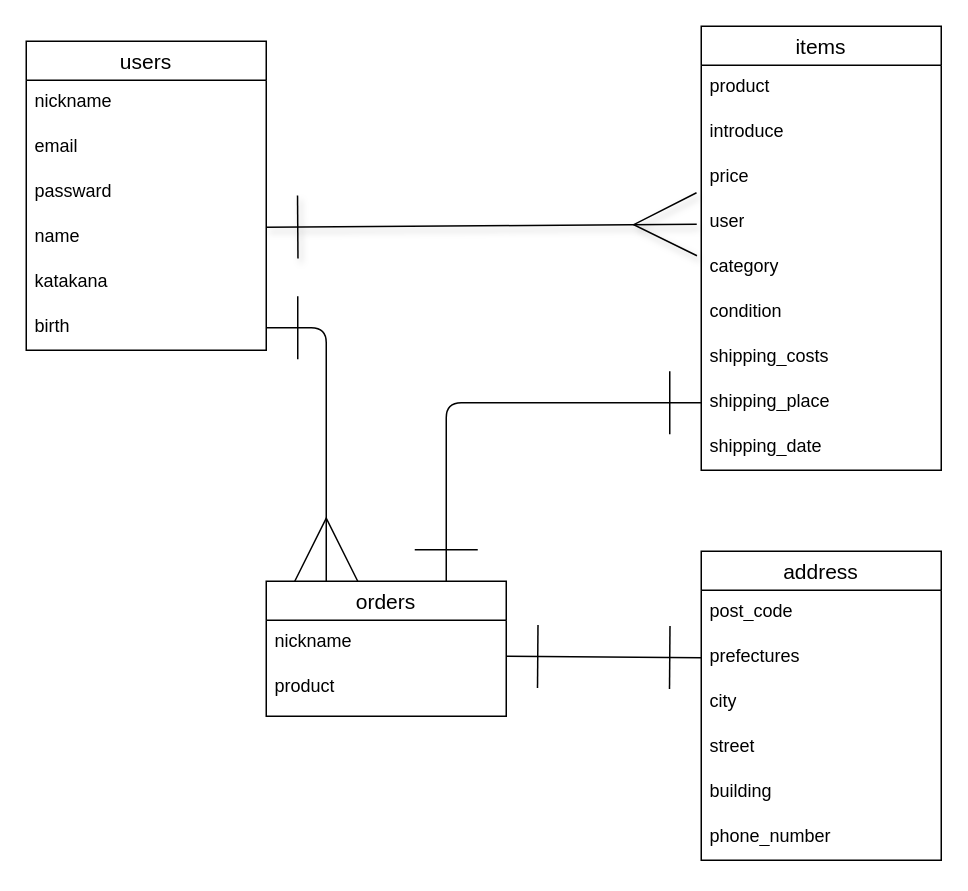
Above: er.dio in ichijikumanjyu-art/furima-46535 (draw.io), before the change. Source tidied: cells renumbered, new cells numbered last; positions are measured from the earlier drawing's top-left corner, leaving out a move shared by most shapes. Both pictures are drawn from the tidied source at 150%, with x=0, y=0 at pixel (26, 26).
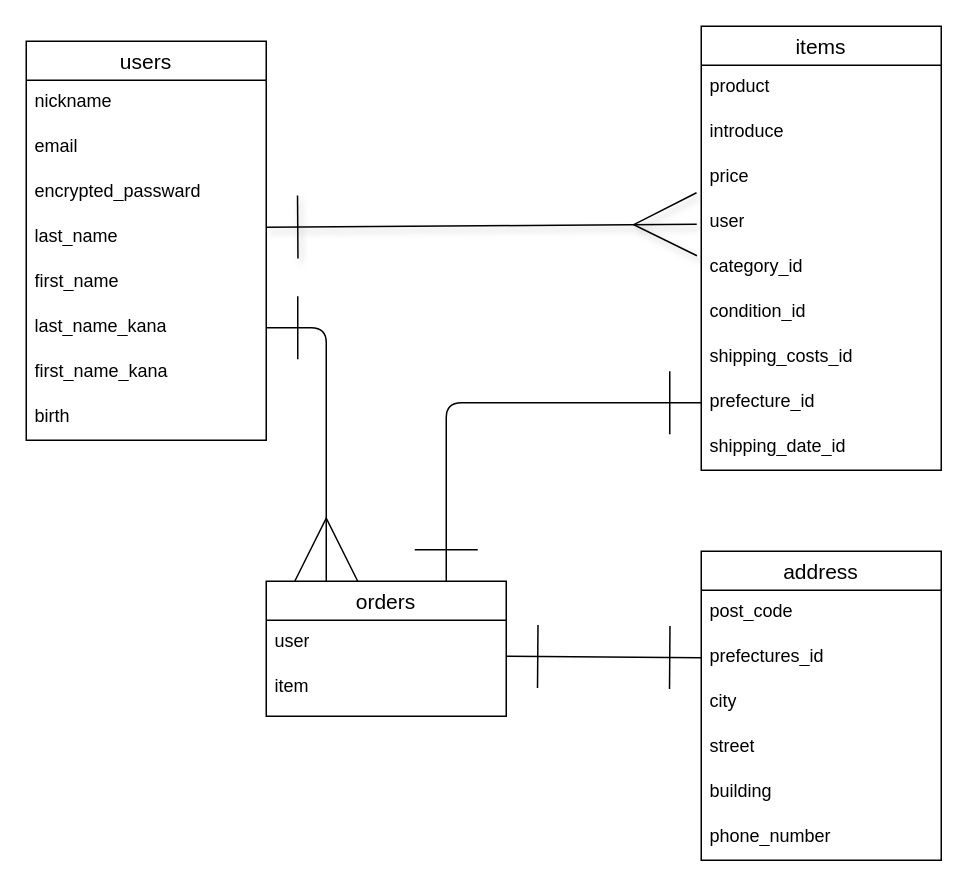
The same page after the edit.

Unchanged cells that the change refers to:
```xml
<mxCell id="9" value="items" style="swimlane;fontStyle=0;horizontal=1;startSize=26;align=center;fontSize=14;" parent="1" vertex="1">
  <mxGeometry x="450" width="160" height="296" as="geometry" />
</mxCell>
<mxCell id="20" value="orders" style="swimlane;fontStyle=0;horizontal=1;startSize=26;align=center;fontSize=14;" parent="1" vertex="1">
  <mxGeometry x="160" y="370" width="160" height="90" as="geometry" />
</mxCell>
<mxCell id="24" value="address" style="swimlane;fontStyle=0;horizontal=1;startSize=26;align=center;fontSize=14;" parent="1" vertex="1">
  <mxGeometry x="450" y="350" width="160" height="206" as="geometry" />
</mxCell>
```

The edit, as a diff of the source:
```diff
@@
     <mxCell id="2" value="users" style="swimlane;fontStyle=0;horizontal=1;startSize=26;align=center;fontSize=14;" parent="1" vertex="1">
-      <mxGeometry y="10" width="160" height="206" as="geometry" />
+      <mxGeometry y="10" width="160" height="266" as="geometry" />
     </mxCell>
@@
-    <mxCell id="5" value="passward" style="text;strokeColor=none;fillColor=none;spacingLeft=4;spacingRight=4;overflow=hidden;fontSize=12;whiteSpace=wrap;html=1;" parent="2" vertex="1">
+    <mxCell id="5" value="encrypted_passward" style="text;strokeColor=none;fillColor=none;spacingLeft=4;spacingRight=4;overflow=hidden;fontSize=12;whiteSpace=wrap;html=1;" parent="2" vertex="1">
       <mxGeometry y="86" width="160" height="30" as="geometry" />
     </mxCell>
+    <mxCell id="34" value="last_name" style="text;strokeColor=none;fillColor=none;spacingLeft=4;spacingRight=4;overflow=hidden;fontSize=12;whiteSpace=wrap;html=1;" parent="2" vertex="1">
+      <mxGeometry y="116" width="160" height="30" as="geometry" />
+    </mxCell>
+    <mxCell id="35" value="first_name" style="text;strokeColor=none;fillColor=none;spacingLeft=4;spacingRight=4;overflow=hidden;fontSize=12;whiteSpace=wrap;html=1;" parent="2" vertex="1">
+      <mxGeometry y="146" width="160" height="30" as="geometry" />
+    </mxCell>
-    <mxCell id="6" value="name" style="text;strokeColor=none;fillColor=none;spacingLeft=4;spacingRight=4;overflow=hidden;fontSize=12;whiteSpace=wrap;html=1;" parent="2" vertex="1">
-      <mxGeometry y="116" width="160" height="30" as="geometry" />
+    <mxCell id="6" value="last_name_kana" style="text;strokeColor=none;fillColor=none;spacingLeft=4;spacingRight=4;overflow=hidden;fontSize=12;whiteSpace=wrap;html=1;" parent="2" vertex="1">
+      <mxGeometry y="176" width="160" height="30" as="geometry" />
     </mxCell>
-    <mxCell id="7" value="katakana" style="text;strokeColor=none;fillColor=none;spacingLeft=4;spacingRight=4;overflow=hidden;fontSize=12;whiteSpace=wrap;html=1;" parent="2" vertex="1">
-      <mxGeometry y="146" width="160" height="30" as="geometry" />
+    <mxCell id="7" value="first_name_kana" style="text;strokeColor=none;fillColor=none;spacingLeft=4;spacingRight=4;overflow=hidden;fontSize=12;whiteSpace=wrap;html=1;" parent="2" vertex="1">
+      <mxGeometry y="206" width="160" height="30" as="geometry" />
     </mxCell>
     <mxCell id="8" value="birth" style="text;strokeColor=none;fillColor=none;spacingLeft=4;spacingRight=4;overflow=hidden;fontSize=12;whiteSpace=wrap;html=1;" parent="2" vertex="1">
-      <mxGeometry y="176" width="160" height="30" as="geometry" />
+      <mxGeometry y="236" width="160" height="30" as="geometry" />
     </mxCell>
@@
-    <mxCell id="14" value="category" style="text;strokeColor=none;fillColor=none;spacingLeft=4;spacingRight=4;overflow=hidden;fontSize=12;whiteSpace=wrap;html=1;" parent="9" vertex="1">
+    <mxCell id="14" value="category_id" style="text;strokeColor=none;fillColor=none;spacingLeft=4;spacingRight=4;overflow=hidden;fontSize=12;whiteSpace=wrap;html=1;" parent="9" vertex="1">
       <mxGeometry y="146" width="160" height="30" as="geometry" />
     </mxCell>
-    <mxCell id="15" value="condition" style="text;strokeColor=none;fillColor=none;spacingLeft=4;spacingRight=4;overflow=hidden;fontSize=12;whiteSpace=wrap;html=1;" parent="9" vertex="1">
+    <mxCell id="15" value="condition_id" style="text;strokeColor=none;fillColor=none;spacingLeft=4;spacingRight=4;overflow=hidden;fontSize=12;whiteSpace=wrap;html=1;" parent="9" vertex="1">
       <mxGeometry y="176" width="160" height="30" as="geometry" />
     </mxCell>
-    <mxCell id="16" value="shipping_costs" style="text;strokeColor=none;fillColor=none;spacingLeft=4;spacingRight=4;overflow=hidden;fontSize=12;whiteSpace=wrap;html=1;" parent="9" vertex="1">
+    <mxCell id="16" value="shipping_costs_id" style="text;strokeColor=none;fillColor=none;spacingLeft=4;spacingRight=4;overflow=hidden;fontSize=12;whiteSpace=wrap;html=1;" parent="9" vertex="1">
       <mxGeometry y="206" width="160" height="30" as="geometry" />
     </mxCell>
-    <mxCell id="17" value="shipping_place" style="text;strokeColor=none;fillColor=none;spacingLeft=4;spacingRight=4;overflow=hidden;points=[[0,0.5],[1,0.5]];portConstraint=eastwest;fontSize=12;whiteSpace=wrap;html=1;" parent="9" vertex="1">
+    <mxCell id="17" value="prefecture_id" style="text;strokeColor=none;fillColor=none;spacingLeft=4;spacingRight=4;overflow=hidden;points=[[0,0.5],[1,0.5]];portConstraint=eastwest;fontSize=12;whiteSpace=wrap;html=1;" parent="9" vertex="1">
       <mxGeometry y="236" width="160" height="30" as="geometry" />
     </mxCell>
-    <mxCell id="18" value="shipping_date" style="text;strokeColor=none;fillColor=none;spacingLeft=4;spacingRight=4;overflow=hidden;fontSize=12;whiteSpace=wrap;html=1;" parent="9" vertex="1">
+    <mxCell id="18" value="shipping_date_id" style="text;strokeColor=none;fillColor=none;spacingLeft=4;spacingRight=4;overflow=hidden;fontSize=12;whiteSpace=wrap;html=1;" parent="9" vertex="1">
       <mxGeometry y="266" width="160" height="30" as="geometry" />
     </mxCell>
@@
-    <mxCell id="21" value="nickname" style="text;strokeColor=none;fillColor=none;spacingLeft=4;spacingRight=4;overflow=hidden;fontSize=12;whiteSpace=wrap;html=1;" parent="20" vertex="1">
+    <mxCell id="21" value="user" style="text;strokeColor=none;fillColor=none;spacingLeft=4;spacingRight=4;overflow=hidden;fontSize=12;whiteSpace=wrap;html=1;" parent="20" vertex="1">
       <mxGeometry y="26" width="160" height="30" as="geometry" />
     </mxCell>
-    <mxCell id="22" value="product" style="text;strokeColor=none;fillColor=none;spacingLeft=4;spacingRight=4;overflow=hidden;fontSize=12;whiteSpace=wrap;html=1;" parent="20" vertex="1">
+    <mxCell id="22" value="item" style="text;strokeColor=none;fillColor=none;spacingLeft=4;spacingRight=4;overflow=hidden;fontSize=12;whiteSpace=wrap;html=1;" parent="20" vertex="1">
       <mxGeometry y="56" width="160" height="30" as="geometry" />
     </mxCell>
@@
-    <mxCell id="26" value="prefectures" style="text;strokeColor=none;fillColor=none;spacingLeft=4;spacingRight=4;overflow=hidden;points=[[0,0.5],[1,0.5]];portConstraint=eastwest;fontSize=12;whiteSpace=wrap;html=1;" parent="24" vertex="1">
+    <mxCell id="26" value="prefectures_id" style="text;strokeColor=none;fillColor=none;spacingLeft=4;spacingRight=4;overflow=hidden;points=[[0,0.5],[1,0.5]];portConstraint=eastwest;fontSize=12;whiteSpace=wrap;html=1;" parent="24" vertex="1">
       <mxGeometry y="56" width="160" height="30" as="geometry" />
     </mxCell>
```
